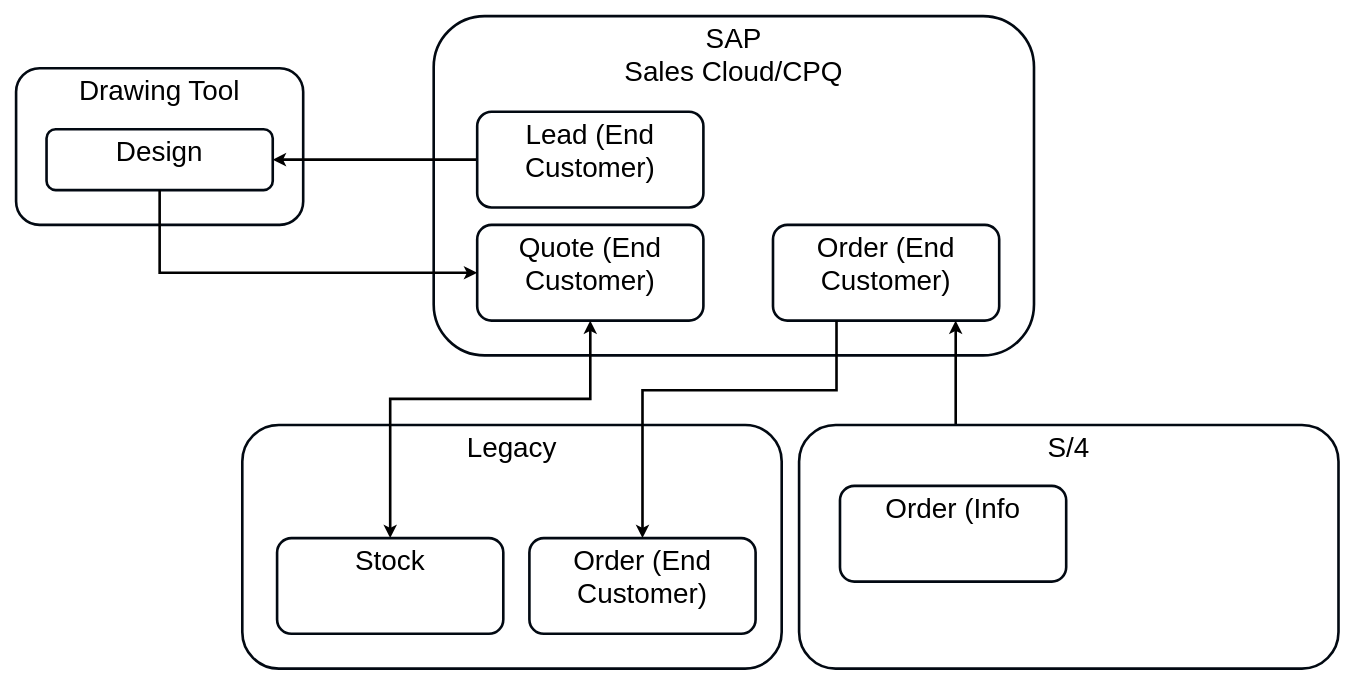
Earlier version of the draw.io diagram page "Quote to Order Flow Franchise- Own stock" (8 of 9) of Franchise.drawio (mrf742002/Diagrams). Source tidied: cells renumbered, new cells numbered last; positions are measured from the earlier drawing's top-left corner, leaving out a move shared by most shapes. Both pictures are drawn from the tidied source at 87%, with x=0, y=0 at pixel (16, 16).
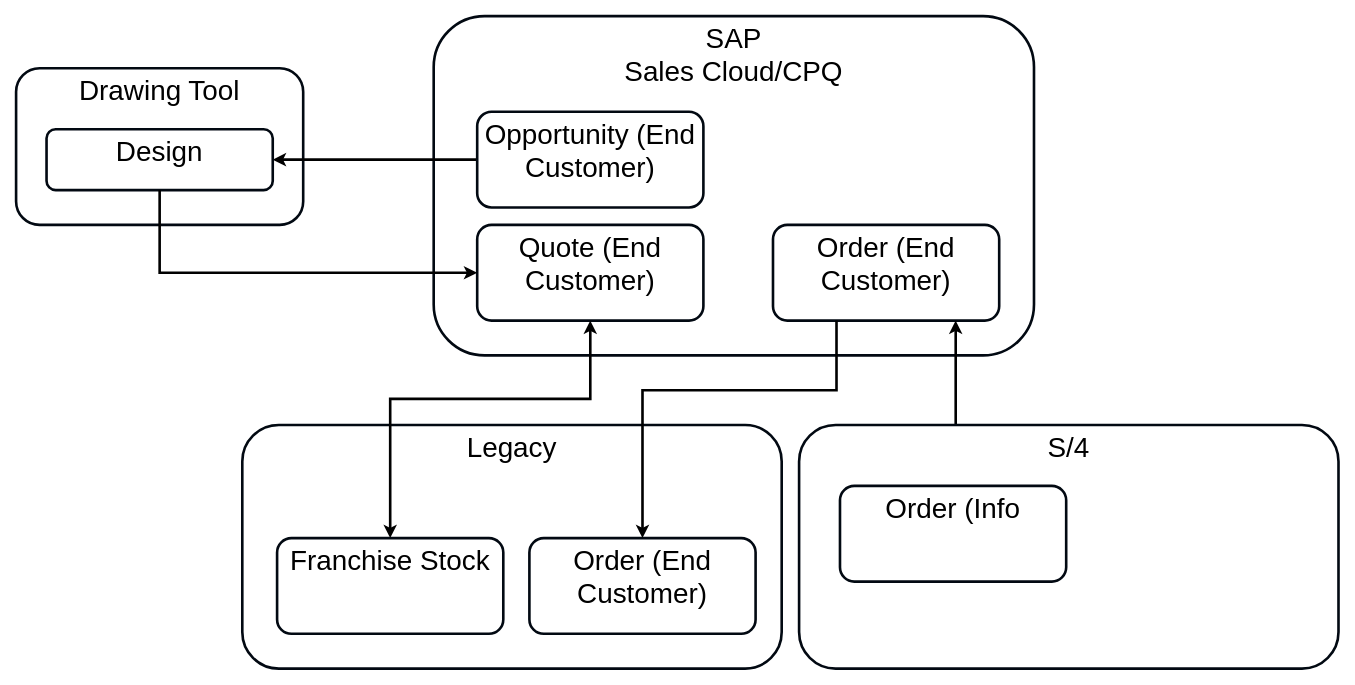
After the change.

Diff of the diagram source:
```diff
@@
-    <mxCell id="7" value="&lt;span style=&quot;font-size: 32px&quot;&gt;Lead (End Customer)&lt;/span&gt;" style="rounded=1;whiteSpace=wrap;html=1;verticalAlign=top;strokeWidth=3;strokeColor=#020912;" parent="1" vertex="1">
+    <mxCell id="7" value="&lt;span style=&quot;font-size: 32px&quot;&gt;Opportunity (End Customer)&lt;/span&gt;" style="rounded=1;whiteSpace=wrap;html=1;verticalAlign=top;strokeWidth=3;strokeColor=#020912;" parent="1" vertex="1">
       <mxGeometry x="530" y="110" width="260" height="110" as="geometry" />
     </mxCell>
@@
-    <mxCell id="12" value="&lt;span style=&quot;font-size: 32px&quot;&gt;Stock&lt;/span&gt;" style="rounded=1;whiteSpace=wrap;html=1;verticalAlign=top;strokeWidth=3;strokeColor=#020912;" parent="1" vertex="1">
+    <mxCell id="12" value="&lt;span style=&quot;font-size: 32px&quot;&gt;Franchise Stock&lt;/span&gt;" style="rounded=1;whiteSpace=wrap;html=1;verticalAlign=top;strokeWidth=3;strokeColor=#020912;" parent="1" vertex="1">
       <mxGeometry x="300" y="600" width="260" height="110" as="geometry" />
     </mxCell>
```
